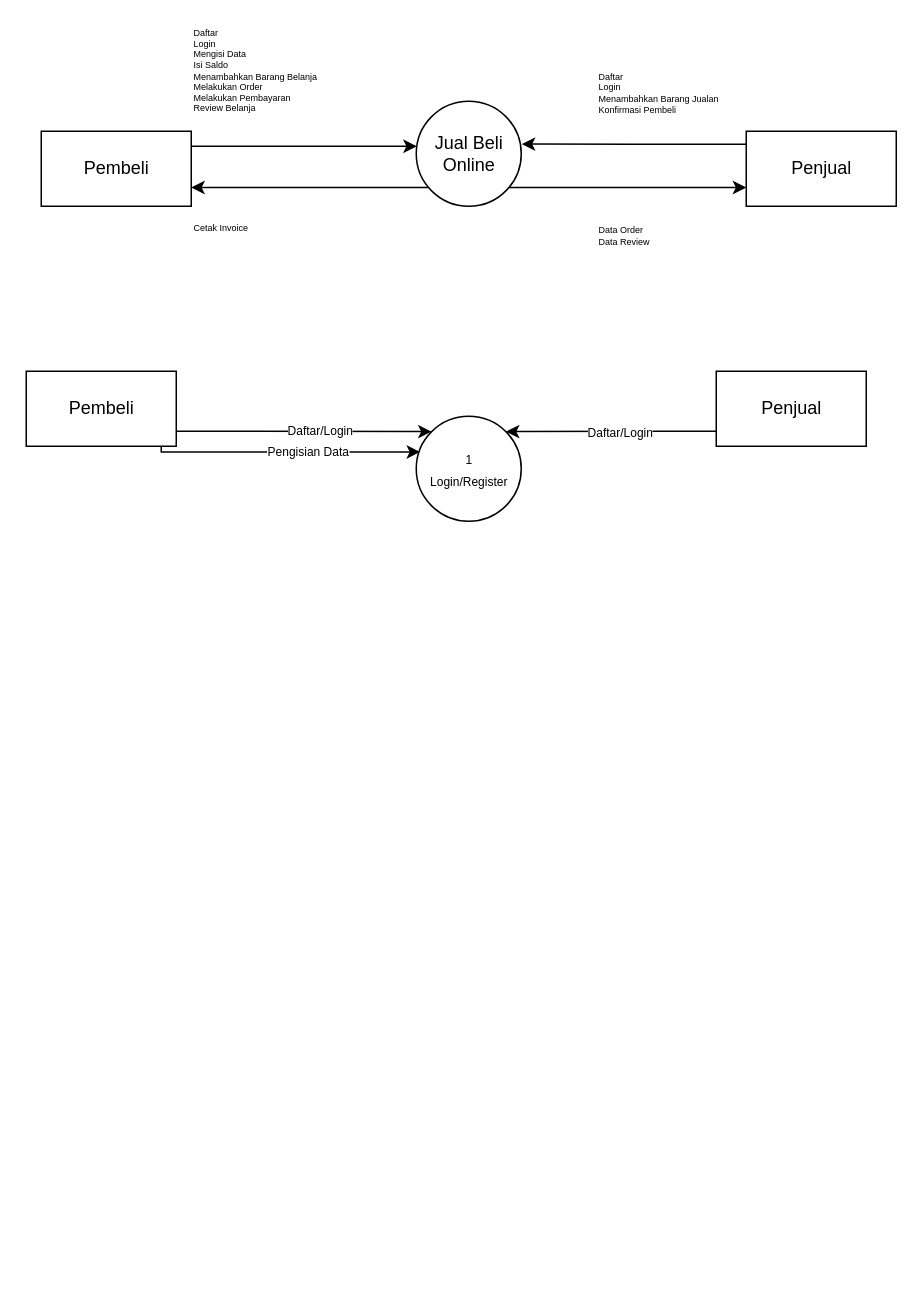
Before: Untitled Diagram.drawio in farrasrayhand/Tugas-Kuliah, a draw.io diagram. Source tidied: cells renumbered, new cells numbered last; positions are measured from the earlier drawing's top-left corner, leaving out a move shared by most shapes. Both pictures are drawn from the tidied source at 150%, with x=0, y=0 at pixel (26, 26).
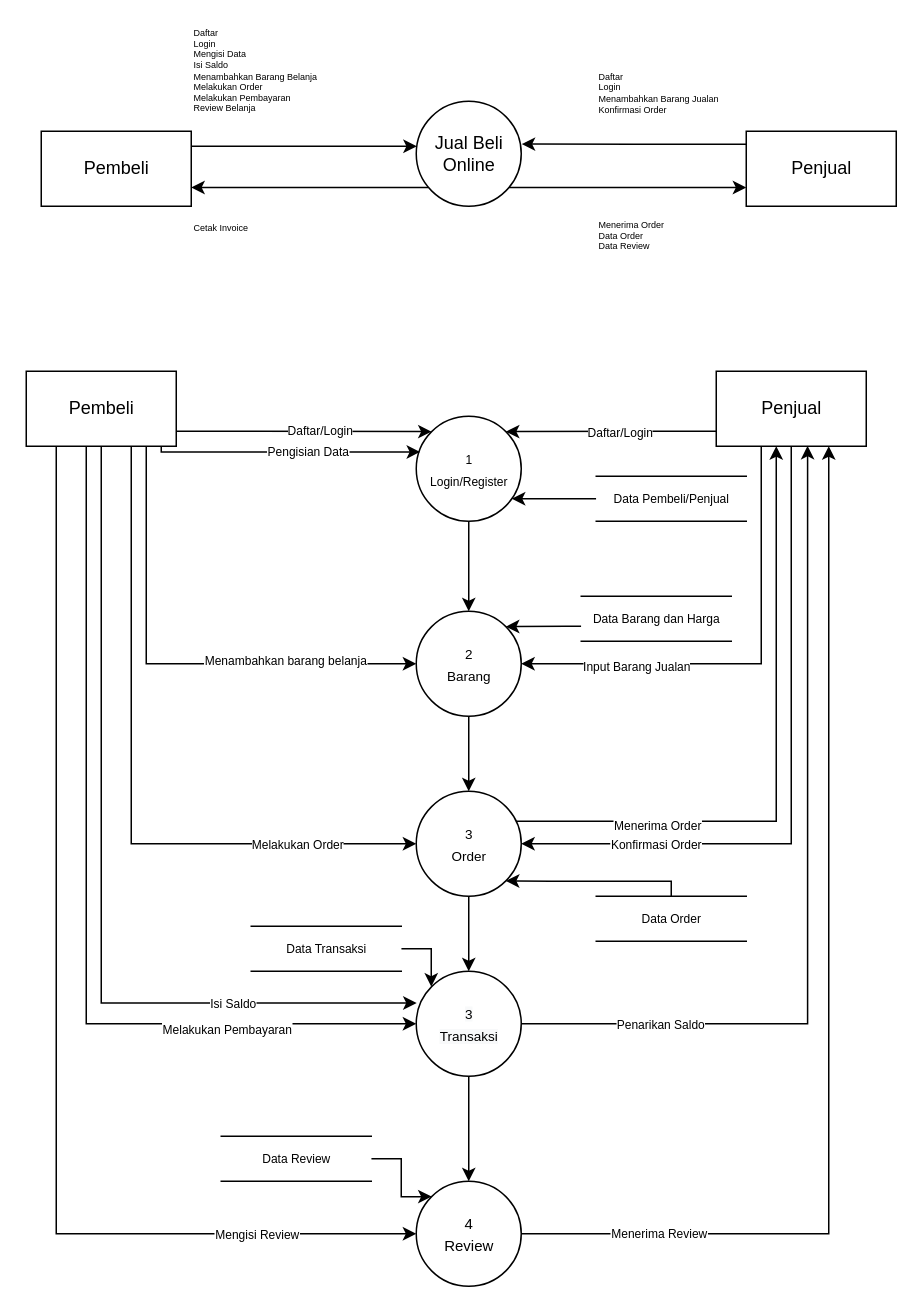
The same diagram, later.

Unchanged cells that the change refers to:
```xml
<mxCell id="13" value="&lt;font style=&quot;font-size: 8px&quot;&gt;1&lt;br&gt;Login/Register&lt;/font&gt;" style="shape=ellipse;html=1;dashed=0;whitespace=wrap;perimeter=ellipsePerimeter;" parent="1" vertex="1">
  <mxGeometry x="260" y="260" width="70" height="70" as="geometry" />
</mxCell>
<mxCell id="18" value="Pembeli" style="html=1;dashed=0;whitespace=wrap;" parent="1" vertex="1">
  <mxGeometry y="230" width="100" height="50" as="geometry" />
</mxCell>
<mxCell id="21" value="Penjual" style="html=1;dashed=0;whitespace=wrap;" parent="1" vertex="1">
  <mxGeometry x="460" y="230" width="100" height="50" as="geometry" />
</mxCell>
```

What changed in the source:
```diff
@@
-    <mxCell id="11" value="Daftar&lt;br&gt;Login&lt;br&gt;Menambahkan Barang Jualan&lt;br&gt;&lt;div&gt;Konfirmasi Pembeli&lt;/div&gt;" style="text;html=1;align=left;verticalAlign=middle;strokeColor=none;fillColor=none;fontSize=6;" parent="1" vertex="1">
+    <mxCell id="11" value="Daftar&lt;br&gt;Login&lt;br&gt;Menambahkan Barang Jualan&lt;br&gt;&lt;div&gt;Konfirmasi Order&lt;/div&gt;" style="text;html=1;align=left;verticalAlign=middle;strokeColor=none;fillColor=none;fontSize=6;" parent="1" vertex="1">
       <mxGeometry x="380" y="30" width="100" height="30" as="geometry" />
     </mxCell>
-    <mxCell id="12" value="Data Order&lt;br&gt;Data Review" style="text;html=1;align=left;verticalAlign=middle;strokeColor=none;fillColor=none;fontSize=6;" parent="1" vertex="1">
-      <mxGeometry x="380" y="130" width="50" height="20" as="geometry" />
+    <mxCell id="12" value="Menerima Order&lt;br&gt;Data Order&lt;br&gt;Data Review" style="text;html=1;align=left;verticalAlign=middle;strokeColor=none;fillColor=none;fontSize=6;" parent="1" vertex="1">
+      <mxGeometry x="380" y="130" width="60" height="20" as="geometry" />
     </mxCell>
+    <mxCell id="22" style="edgeStyle=orthogonalEdgeStyle;rounded=0;jettySize=auto;html=1;entryX=0.5;entryY=0;entryDx=0;entryDy=0;fontSize=8;" parent="1" edge="1" source="13" target="40">
+      <mxGeometry relative="1" as="geometry" />
+    </mxCell>
@@
+    <mxCell id="23" style="edgeStyle=orthogonalEdgeStyle;rounded=0;jettySize=auto;html=1;entryX=0;entryY=0.5;entryDx=0;entryDy=0;fontSize=8;" parent="1" edge="1" source="18" target="40">
+      <mxGeometry relative="1" as="geometry">
+        <Array as="points">
+          <mxPoint x="80" y="425" />
+        </Array>
+      </mxGeometry>
+    </mxCell>
+    <mxCell id="24" value="Menambahkan barang belanja" style="edgeLabel;html=1;align=center;verticalAlign=middle;fontSize=8;" parent="23" vertex="1">
+      <mxGeometry x="0.46" y="3" relative="1" as="geometry" />
+    </mxCell>
+    <mxCell id="25" style="edgeStyle=orthogonalEdgeStyle;rounded=0;jettySize=auto;html=1;entryX=0.004;entryY=0.302;entryDx=0;entryDy=0;entryPerimeter=0;fontSize=8;" parent="1" edge="1" source="18" target="46">
+      <mxGeometry relative="1" as="geometry">
+        <Array as="points">
+          <mxPoint x="50" y="651" />
+        </Array>
+      </mxGeometry>
+    </mxCell>
+    <mxCell id="26" value="Isi Saldo" style="edgeLabel;html=1;align=center;verticalAlign=middle;fontSize=8;" parent="25" vertex="1">
+      <mxGeometry x="0.58" relative="1" as="geometry" />
+    </mxCell>
+    <mxCell id="27" style="edgeStyle=orthogonalEdgeStyle;rounded=0;jettySize=auto;html=1;entryX=0;entryY=0.5;entryDx=0;entryDy=0;fontSize=8;" parent="1" edge="1" source="18" target="46">
+      <mxGeometry relative="1" as="geometry">
+        <Array as="points">
+          <mxPoint x="40" y="665" />
+        </Array>
+      </mxGeometry>
+    </mxCell>
+    <mxCell id="28" value="Melakukan Pembayaran" style="edgeLabel;html=1;align=center;verticalAlign=middle;fontSize=8;" parent="27" vertex="1">
+      <mxGeometry x="0.58" y="-3" relative="1" as="geometry" />
+    </mxCell>
+    <mxCell id="29" style="edgeStyle=orthogonalEdgeStyle;rounded=0;jettySize=auto;html=1;entryX=0;entryY=0.5;entryDx=0;entryDy=0;fontSize=8;" parent="1" edge="1" source="18" target="50">
+      <mxGeometry relative="1" as="geometry">
+        <Array as="points">
+          <mxPoint x="70" y="545" />
+        </Array>
+      </mxGeometry>
+    </mxCell>
+    <mxCell id="30" value="Melakukan Order" style="edgeLabel;html=1;align=center;verticalAlign=middle;fontSize=8;" parent="29" vertex="1">
+      <mxGeometry x="0.54" relative="1" as="geometry">
+        <mxPoint x="25" as="offset" />
+      </mxGeometry>
+    </mxCell>
+    <mxCell id="31" style="edgeStyle=orthogonalEdgeStyle;rounded=0;jettySize=auto;html=1;entryX=0;entryY=0.5;entryDx=0;entryDy=0;fontSize=8;" parent="1" edge="1" source="18" target="53">
+      <mxGeometry relative="1" as="geometry">
+        <Array as="points">
+          <mxPoint x="20" y="805" />
+        </Array>
+      </mxGeometry>
+    </mxCell>
+    <mxCell id="32" value="Mengisi Review" style="edgeLabel;html=1;align=center;verticalAlign=middle;fontSize=8;" parent="31" vertex="1">
+      <mxGeometry x="0.72" relative="1" as="geometry" />
+    </mxCell>
@@
+    <mxCell id="33" style="edgeStyle=orthogonalEdgeStyle;rounded=0;jettySize=auto;html=1;entryX=1;entryY=0.5;entryDx=0;entryDy=0;fontSize=9;" parent="1" edge="1" source="21" target="40">
+      <mxGeometry relative="1" as="geometry">
+        <Array as="points">
+          <mxPoint x="490" y="425" />
+        </Array>
+      </mxGeometry>
+    </mxCell>
+    <mxCell id="34" value="Input Barang Jualan" style="edgeLabel;html=1;align=center;verticalAlign=middle;fontSize=8;" parent="33" vertex="1">
+      <mxGeometry x="0.5" y="1" relative="1" as="geometry" />
+    </mxCell>
+    <mxCell id="35" style="edgeStyle=orthogonalEdgeStyle;rounded=0;jettySize=auto;html=1;fontSize=8;entryX=1;entryY=0.5;entryDx=0;entryDy=0;" parent="1" edge="1" source="21" target="50">
+      <mxGeometry relative="1" as="geometry">
+        <Array as="points">
+          <mxPoint x="510" y="545" />
+        </Array>
+      </mxGeometry>
+    </mxCell>
+    <mxCell id="36" value="&#10;&#10;&lt;span style=&quot;color: rgb(0, 0, 0); font-family: helvetica; font-size: 8px; font-style: normal; font-weight: 400; letter-spacing: normal; text-align: center; text-indent: 0px; text-transform: none; word-spacing: 0px; background-color: rgb(255, 255, 255); display: inline; float: none;&quot;&gt;Konfirmasi Order&lt;/span&gt;&#10;&#10;" style="edgeLabel;html=1;align=center;verticalAlign=middle;fontSize=8;" parent="35" vertex="1">
+      <mxGeometry x="0.67" relative="1" as="geometry">
+        <mxPoint x="16" as="offset" />
+      </mxGeometry>
+    </mxCell>
@@
+    <mxCell id="37" style="edgeStyle=orthogonalEdgeStyle;rounded=0;jettySize=auto;html=1;fontSize=8;" parent="1" edge="1" source="38" target="13">
+      <mxGeometry relative="1" as="geometry">
+        <Array as="points">
+          <mxPoint x="390" y="310" />
+          <mxPoint x="390" y="310" />
+        </Array>
+      </mxGeometry>
+    </mxCell>
+    <mxCell id="38" value="Data Pembeli/Penjual" style="html=1;dashed=0;whitespace=wrap;shape=partialRectangle;right=0;left=0;fontSize=8;align=center;" parent="1" vertex="1">
+      <mxGeometry x="380" y="300" width="100" height="30" as="geometry" />
+    </mxCell>
+    <mxCell id="39" style="edgeStyle=orthogonalEdgeStyle;rounded=0;jettySize=auto;html=1;entryX=0.5;entryY=0;entryDx=0;entryDy=0;fontSize=8;" parent="1" edge="1" source="40" target="50">
+      <mxGeometry relative="1" as="geometry" />
+    </mxCell>
+    <mxCell id="40" value="&lt;font style=&quot;font-size: 9px&quot;&gt;2&lt;br&gt;Barang&lt;/font&gt;" style="shape=ellipse;html=1;dashed=0;whitespace=wrap;perimeter=ellipsePerimeter;" parent="1" vertex="1">
+      <mxGeometry x="260" y="390" width="70" height="70" as="geometry" />
+    </mxCell>
+    <mxCell id="41" style="edgeStyle=orthogonalEdgeStyle;rounded=0;jettySize=auto;html=1;entryX=1;entryY=0;entryDx=0;entryDy=0;fontSize=8;" parent="1" edge="1" source="42" target="40">
+      <mxGeometry relative="1" as="geometry">
+        <Array as="points">
+          <mxPoint x="360" y="400" />
+          <mxPoint x="360" y="400" />
+        </Array>
+      </mxGeometry>
+    </mxCell>
+    <mxCell id="42" value="Data Barang dan Harga" style="html=1;dashed=0;whitespace=wrap;shape=partialRectangle;right=0;left=0;fontSize=8;align=center;" parent="1" vertex="1">
+      <mxGeometry x="370" y="380" width="100" height="30" as="geometry" />
+    </mxCell>
+    <mxCell id="43" style="edgeStyle=orthogonalEdgeStyle;rounded=0;jettySize=auto;html=1;entryX=0.609;entryY=0.994;entryDx=0;entryDy=0;entryPerimeter=0;fontSize=8;" parent="1" edge="1" source="46" target="21">
+      <mxGeometry relative="1" as="geometry" />
+    </mxCell>
+    <mxCell id="44" value="Penarikan Saldo" style="edgeLabel;html=1;align=center;verticalAlign=middle;fontSize=8;" parent="43" vertex="1">
+      <mxGeometry x="-0.72" y="-2" relative="1" as="geometry">
+        <mxPoint x="11" y="-2" as="offset" />
+      </mxGeometry>
+    </mxCell>
+    <mxCell id="45" style="edgeStyle=orthogonalEdgeStyle;rounded=0;jettySize=auto;html=1;entryX=0.5;entryY=0;entryDx=0;entryDy=0;fontSize=8;" parent="1" edge="1" source="46" target="53">
+      <mxGeometry relative="1" as="geometry" />
+    </mxCell>
+    <mxCell id="46" value="&#10;&#10;&lt;span style=&quot;color: rgb(0, 0, 0); font-family: helvetica; font-size: 9px; font-style: normal; font-weight: 400; letter-spacing: normal; text-align: center; text-indent: 0px; text-transform: none; word-spacing: 0px; background-color: rgb(248, 249, 250); display: inline; float: none;&quot;&gt;3&lt;/span&gt;&lt;br style=&quot;color: rgb(0, 0, 0); font-family: helvetica; font-size: 9px; font-style: normal; font-weight: 400; letter-spacing: normal; text-align: center; text-indent: 0px; text-transform: none; word-spacing: 0px; background-color: rgb(248, 249, 250);&quot;&gt;&lt;span style=&quot;color: rgb(0, 0, 0); font-family: helvetica; font-size: 9px; font-style: normal; font-weight: 400; letter-spacing: normal; text-align: center; text-indent: 0px; text-transform: none; word-spacing: 0px; background-color: rgb(248, 249, 250); display: inline; float: none;&quot;&gt;Transaksi&lt;/span&gt;&#10;&#10;" style="shape=ellipse;html=1;dashed=0;whitespace=wrap;perimeter=ellipsePerimeter;" parent="1" vertex="1">
+      <mxGeometry x="260" y="630" width="70" height="70" as="geometry" />
+    </mxCell>
+    <mxCell id="47" style="edgeStyle=orthogonalEdgeStyle;rounded=0;jettySize=auto;html=1;entryX=0.4;entryY=1;entryDx=0;entryDy=0;entryPerimeter=0;fontSize=8;" parent="1" edge="1" source="50" target="21">
+      <mxGeometry relative="1" as="geometry">
+        <Array as="points">
+          <mxPoint x="500" y="530" />
+        </Array>
+      </mxGeometry>
+    </mxCell>
+    <mxCell id="48" value="Menerima Order" style="edgeLabel;html=1;align=center;verticalAlign=middle;fontSize=8;" parent="47" vertex="1">
+      <mxGeometry x="-0.51" y="-2" relative="1" as="geometry">
+        <mxPoint x="-10" as="offset" />
+      </mxGeometry>
+    </mxCell>
+    <mxCell id="49" style="edgeStyle=orthogonalEdgeStyle;rounded=0;jettySize=auto;html=1;entryX=0.5;entryY=0;entryDx=0;entryDy=0;fontSize=8;" parent="1" edge="1" source="50" target="46">
+      <mxGeometry relative="1" as="geometry" />
+    </mxCell>
+    <mxCell id="50" value="&lt;font style=&quot;font-size: 9px&quot;&gt;3&lt;br&gt;Order&lt;/font&gt;" style="shape=ellipse;html=1;dashed=0;whitespace=wrap;perimeter=ellipsePerimeter;" parent="1" vertex="1">
+      <mxGeometry x="260" y="510" width="70" height="70" as="geometry" />
+    </mxCell>
+    <mxCell id="51" style="edgeStyle=orthogonalEdgeStyle;rounded=0;jettySize=auto;html=1;entryX=0.75;entryY=1;entryDx=0;entryDy=0;fontSize=8;" parent="1" edge="1" source="53" target="21">
+      <mxGeometry relative="1" as="geometry" />
+    </mxCell>
+    <mxCell id="52" value="Menerima Review" style="edgeLabel;html=1;align=center;verticalAlign=middle;fontSize=8;" parent="51" vertex="1">
+      <mxGeometry x="-0.75" y="1" relative="1" as="geometry" />
+    </mxCell>
+    <mxCell id="53" value="&lt;font face=&quot;helvetica&quot; size=&quot;1&quot;&gt;4&lt;/font&gt;&lt;br style=&quot;color: rgb(0 , 0 , 0) ; font-family: &amp;#34;helvetica&amp;#34; ; font-size: 9px ; font-style: normal ; font-weight: 400 ; letter-spacing: normal ; text-align: center ; text-indent: 0px ; text-transform: none ; word-spacing: 0px ; background-color: rgb(248 , 249 , 250)&quot;&gt;&lt;font face=&quot;helvetica&quot; size=&quot;1&quot;&gt;Review&lt;/font&gt;" style="shape=ellipse;html=1;dashed=0;whitespace=wrap;perimeter=ellipsePerimeter;" parent="1" vertex="1">
+      <mxGeometry x="260" y="770" width="70" height="70" as="geometry" />
+    </mxCell>
+    <mxCell id="54" style="edgeStyle=orthogonalEdgeStyle;rounded=0;jettySize=auto;html=1;entryX=1;entryY=1;entryDx=0;entryDy=0;fontSize=8;" parent="1" edge="1" source="55" target="50">
+      <mxGeometry relative="1" as="geometry">
+        <Array as="points">
+          <mxPoint x="350" y="570" />
+          <mxPoint x="350" y="570" />
+        </Array>
+      </mxGeometry>
+    </mxCell>
+    <mxCell id="55" value="Data Order" style="html=1;dashed=0;whitespace=wrap;shape=partialRectangle;right=0;left=0;fontSize=8;align=center;" parent="1" vertex="1">
+      <mxGeometry x="380" y="580" width="100" height="30" as="geometry" />
+    </mxCell>
+    <mxCell id="56" style="edgeStyle=orthogonalEdgeStyle;rounded=0;jettySize=auto;html=1;entryX=0;entryY=0;entryDx=0;entryDy=0;fontSize=8;" parent="1" edge="1" source="57" target="53">
+      <mxGeometry relative="1" as="geometry" />
+    </mxCell>
+    <mxCell id="57" value="Data Review" style="html=1;dashed=0;whitespace=wrap;shape=partialRectangle;right=0;left=0;fontSize=8;align=center;" parent="1" vertex="1">
+      <mxGeometry x="130" y="740" width="100" height="30" as="geometry" />
+    </mxCell>
+    <mxCell id="58" style="edgeStyle=orthogonalEdgeStyle;rounded=0;jettySize=auto;html=1;entryX=0;entryY=0;entryDx=0;entryDy=0;fontSize=8;" parent="1" edge="1" source="59" target="46">
+      <mxGeometry relative="1" as="geometry" />
+    </mxCell>
+    <mxCell id="59" value="Data Transaksi" style="html=1;dashed=0;whitespace=wrap;shape=partialRectangle;right=0;left=0;fontSize=8;align=center;" parent="1" vertex="1">
+      <mxGeometry x="150" y="600" width="100" height="30" as="geometry" />
+    </mxCell>
```
